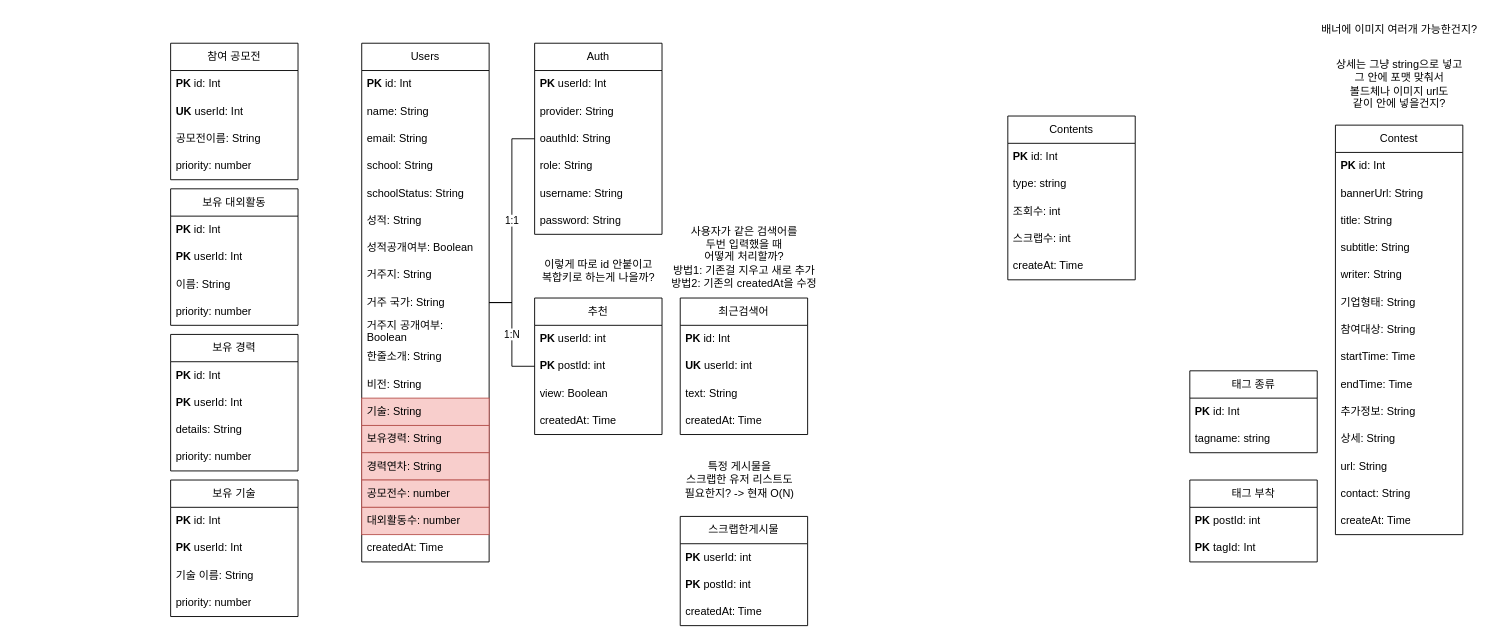
Before: 인잡.drawio in oyc0401/spring, a draw.io diagram. Source tidied: cells renumbered, new cells numbered last; positions are measured from the earlier drawing's top-left corner, leaving out a move shared by most shapes. Both pictures are drawn from the tidied source at 91%, with x=0, y=0 at pixel (170, 15).
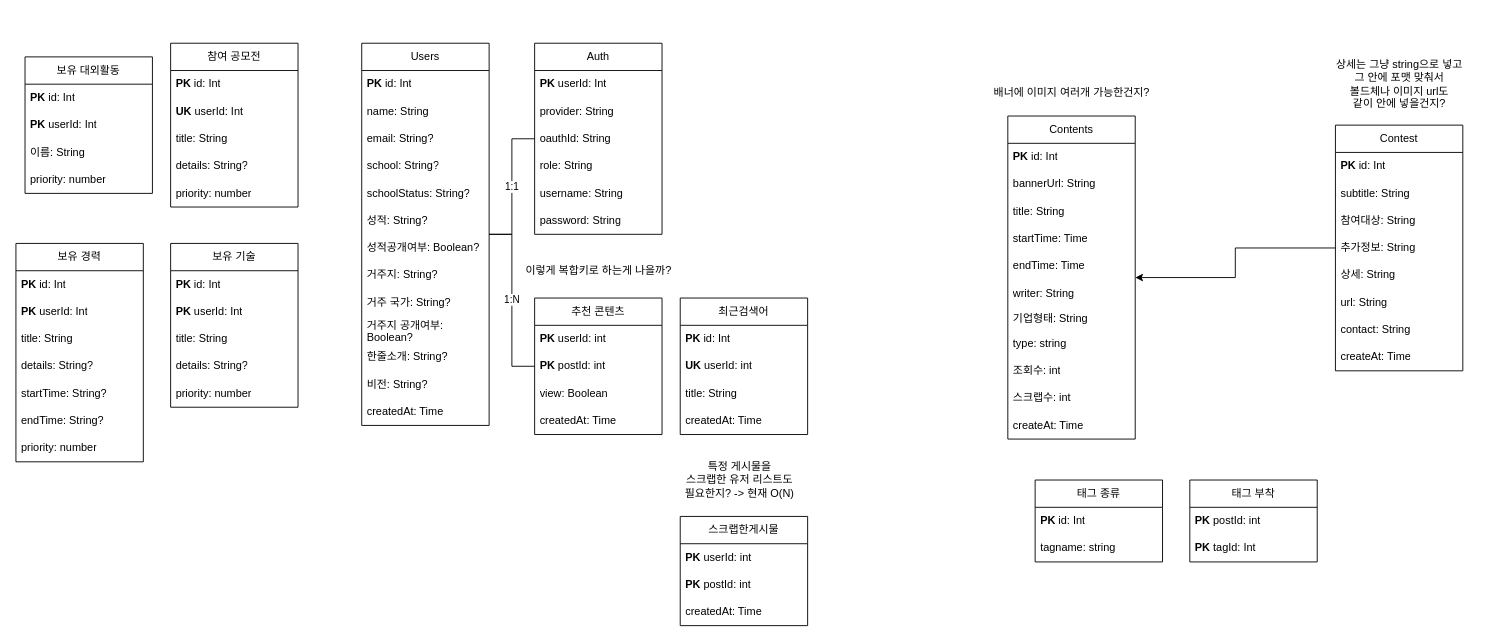
Above is the later version.

Commit message:
인잡.drawio 업데이트

The change refers to these unchanged cells:
```xml
<mxCell id="45" value="최근검색어" style="swimlane;fontStyle=0;horizontal=1;startSize=30;whiteSpace=wrap;html=1;" parent="1" vertex="1">
  <mxGeometry x="560" y="310" width="140" height="150" as="geometry" />
</mxCell>
```

What changed in the source:
```diff
@@
     <mxCell id="2" value="Users" style="swimlane;fontStyle=0;horizontal=1;startSize=30;whiteSpace=wrap;html=1;" parent="1" vertex="1">
-      <mxGeometry x="210" y="30" width="140" height="570" as="geometry" />
+      <mxGeometry x="210" y="30" width="140" height="420" as="geometry" />
     </mxCell>
@@
-    <mxCell id="5" value="email: String" style="text;strokeColor=none;fillColor=none;align=left;verticalAlign=middle;spacingLeft=4;spacingRight=4;overflow=hidden;whiteSpace=wrap;html=1;" parent="2" vertex="1">
+    <mxCell id="5" value="email: String?" style="text;strokeColor=none;fillColor=none;align=left;verticalAlign=middle;spacingLeft=4;spacingRight=4;overflow=hidden;whiteSpace=wrap;html=1;" parent="2" vertex="1">
       <mxGeometry y="90" width="140" height="30" as="geometry" />
     </mxCell>
-    <mxCell id="6" value="school: String" style="text;strokeColor=none;fillColor=none;align=left;verticalAlign=middle;spacingLeft=4;spacingRight=4;overflow=hidden;whiteSpace=wrap;html=1;" parent="2" vertex="1">
+    <mxCell id="6" value="school: String?" style="text;strokeColor=none;fillColor=none;align=left;verticalAlign=middle;spacingLeft=4;spacingRight=4;overflow=hidden;whiteSpace=wrap;html=1;" parent="2" vertex="1">
       <mxGeometry y="120" width="140" height="30" as="geometry" />
     </mxCell>
-    <mxCell id="7" value="schoolStatus: String" style="text;strokeColor=none;fillColor=none;align=left;verticalAlign=middle;spacingLeft=4;spacingRight=4;overflow=hidden;whiteSpace=wrap;html=1;" parent="2" vertex="1">
+    <mxCell id="7" value="schoolStatus: String?" style="text;strokeColor=none;fillColor=none;align=left;verticalAlign=middle;spacingLeft=4;spacingRight=4;overflow=hidden;whiteSpace=wrap;html=1;" parent="2" vertex="1">
       <mxGeometry y="150" width="140" height="30" as="geometry" />
     </mxCell>
-    <mxCell id="8" value="성적: String" style="text;strokeColor=none;fillColor=none;align=left;verticalAlign=middle;spacingLeft=4;spacingRight=4;overflow=hidden;whiteSpace=wrap;html=1;" parent="2" vertex="1">
+    <mxCell id="8" value="성적: String?" style="text;strokeColor=none;fillColor=none;align=left;verticalAlign=middle;spacingLeft=4;spacingRight=4;overflow=hidden;whiteSpace=wrap;html=1;" parent="2" vertex="1">
       <mxGeometry y="180" width="140" height="30" as="geometry" />
     </mxCell>
-    <mxCell id="9" value="성적공개여부: Boolean" style="text;strokeColor=none;fillColor=none;align=left;verticalAlign=middle;spacingLeft=4;spacingRight=4;overflow=hidden;whiteSpace=wrap;html=1;" parent="2" vertex="1">
+    <mxCell id="9" value="성적공개여부: Boolean?" style="text;strokeColor=none;fillColor=none;align=left;verticalAlign=middle;spacingLeft=4;spacingRight=4;overflow=hidden;whiteSpace=wrap;html=1;" parent="2" vertex="1">
       <mxGeometry y="210" width="140" height="30" as="geometry" />
     </mxCell>
-    <mxCell id="10" value="거주지: String" style="text;strokeColor=none;fillColor=none;align=left;verticalAlign=middle;spacingLeft=4;spacingRight=4;overflow=hidden;whiteSpace=wrap;html=1;" parent="2" vertex="1">
+    <mxCell id="10" value="거주지: String?" style="text;strokeColor=none;fillColor=none;align=left;verticalAlign=middle;spacingLeft=4;spacingRight=4;overflow=hidden;whiteSpace=wrap;html=1;" parent="2" vertex="1">
       <mxGeometry y="240" width="140" height="30" as="geometry" />
     </mxCell>
-    <mxCell id="11" value="거주 국가: String" style="text;strokeColor=none;fillColor=none;align=left;verticalAlign=middle;spacingLeft=4;spacingRight=4;overflow=hidden;whiteSpace=wrap;html=1;" parent="2" vertex="1">
+    <mxCell id="11" value="거주 국가: String?" style="text;strokeColor=none;fillColor=none;align=left;verticalAlign=middle;spacingLeft=4;spacingRight=4;overflow=hidden;whiteSpace=wrap;html=1;" parent="2" vertex="1">
       <mxGeometry y="270" width="140" height="30" as="geometry" />
     </mxCell>
-    <mxCell id="12" value="거주지 공개여부: Boolean" style="text;strokeColor=none;fillColor=none;align=left;verticalAlign=middle;spacingLeft=4;spacingRight=4;overflow=hidden;whiteSpace=wrap;html=1;" parent="2" vertex="1">
+    <mxCell id="12" value="거주지 공개여부: Boolean?" style="text;strokeColor=none;fillColor=none;align=left;verticalAlign=middle;spacingLeft=4;spacingRight=4;overflow=hidden;whiteSpace=wrap;html=1;" parent="2" vertex="1">
       <mxGeometry y="300" width="140" height="30" as="geometry" />
     </mxCell>
-    <mxCell id="13" value="한줄소개: String" style="text;strokeColor=none;fillColor=none;align=left;verticalAlign=middle;spacingLeft=4;spacingRight=4;overflow=hidden;whiteSpace=wrap;html=1;" parent="2" vertex="1">
+    <mxCell id="13" value="한줄소개: String?" style="text;strokeColor=none;fillColor=none;align=left;verticalAlign=middle;spacingLeft=4;spacingRight=4;overflow=hidden;whiteSpace=wrap;html=1;" parent="2" vertex="1">
       <mxGeometry y="330" width="140" height="30" as="geometry" />
     </mxCell>
-    <mxCell id="14" value="비전: String" style="text;strokeColor=none;fillColor=none;align=left;verticalAlign=middle;spacingLeft=4;spacingRight=4;overflow=hidden;whiteSpace=wrap;html=1;" parent="2" vertex="1">
+    <mxCell id="14" value="비전: String?" style="text;strokeColor=none;fillColor=none;align=left;verticalAlign=middle;spacingLeft=4;spacingRight=4;overflow=hidden;whiteSpace=wrap;html=1;" parent="2" vertex="1">
       <mxGeometry y="360" width="140" height="30" as="geometry" />
     </mxCell>
-    <mxCell id="15" value="기술: String" style="text;strokeColor=#b85450;fillColor=#f8cecc;align=left;verticalAlign=middle;spacingLeft=4;spacingRight=4;overflow=hidden;whiteSpace=wrap;html=1;" parent="2" vertex="1">
-      <mxGeometry y="390" width="140" height="30" as="geometry" />
-    </mxCell>
-    <mxCell id="16" value="보유경력: String" style="text;strokeColor=#b85450;fillColor=#f8cecc;align=left;verticalAlign=middle;spacingLeft=4;spacingRight=4;overflow=hidden;whiteSpace=wrap;html=1;" parent="2" vertex="1">
-      <mxGeometry y="420" width="140" height="30" as="geometry" />
-    </mxCell>
-    <mxCell id="17" value="경력연차: String" style="text;strokeColor=#b85450;fillColor=#f8cecc;align=left;verticalAlign=middle;spacingLeft=4;spacingRight=4;overflow=hidden;whiteSpace=wrap;html=1;" parent="2" vertex="1">
-      <mxGeometry y="450" width="140" height="30" as="geometry" />
-    </mxCell>
-    <mxCell id="18" value="공모전수: number" style="text;strokeColor=#b85450;fillColor=#f8cecc;align=left;verticalAlign=middle;spacingLeft=4;spacingRight=4;overflow=hidden;whiteSpace=wrap;html=1;" parent="2" vertex="1">
-      <mxGeometry y="480" width="140" height="30" as="geometry" />
-    </mxCell>
-    <mxCell id="19" value="대외활동수: number" style="text;strokeColor=#b85450;fillColor=#f8cecc;align=left;verticalAlign=middle;spacingLeft=4;spacingRight=4;overflow=hidden;whiteSpace=wrap;html=1;" parent="2" vertex="1">
-      <mxGeometry y="510" width="140" height="30" as="geometry" />
-    </mxCell>
     <mxCell id="20" value="created&lt;span style=&quot;background-color: transparent; color: light-dark(rgb(0, 0, 0), rgb(255, 255, 255));&quot;&gt;At: Time&lt;/span&gt;" style="text;strokeColor=none;fillColor=none;align=left;verticalAlign=middle;spacingLeft=4;spacingRight=4;overflow=hidden;whiteSpace=wrap;html=1;" parent="2" vertex="1">
-      <mxGeometry y="540" width="140" height="30" as="geometry" />
+      <mxGeometry y="390" width="140" height="30" as="geometry" />
     </mxCell>
@@
+    <mxCell id="96" style="edgeStyle=orthogonalEdgeStyle;rounded=0;jettySize=auto;html=1;" parent="1" edge="1" source="30" target="90">
+      <mxGeometry relative="1" as="geometry" />
+    </mxCell>
     <mxCell id="30" value="Contest" style="swimlane;fontStyle=0;horizontal=1;startSize=30;whiteSpace=wrap;html=1;" parent="1" vertex="1">
-      <mxGeometry x="1280" y="120" width="140" height="450" as="geometry" />
+      <mxGeometry x="1280" y="120" width="140" height="270" as="geometry" />
     </mxCell>
@@
-    <mxCell id="32" value="bannerUrl: String" style="text;strokeColor=none;fillColor=none;align=left;verticalAlign=middle;spacingLeft=4;spacingRight=4;overflow=hidden;whiteSpace=wrap;html=1;" parent="30" vertex="1">
-      <mxGeometry y="60" width="140" height="30" as="geometry" />
-    </mxCell>
-    <mxCell id="33" value="title: String" style="text;strokeColor=none;fillColor=none;align=left;verticalAlign=middle;spacingLeft=4;spacingRight=4;overflow=hidden;whiteSpace=wrap;html=1;" parent="30" vertex="1">
-      <mxGeometry y="90" width="140" height="30" as="geometry" />
-    </mxCell>
     <mxCell id="34" value="subtitle: String" style="text;strokeColor=none;fillColor=none;align=left;verticalAlign=middle;spacingLeft=4;spacingRight=4;overflow=hidden;whiteSpace=wrap;html=1;" parent="30" vertex="1">
-      <mxGeometry y="120" width="140" height="30" as="geometry" />
+      <mxGeometry y="60" width="140" height="30" as="geometry" />
     </mxCell>
-    <mxCell id="35" value="writer: String" style="text;strokeColor=none;fillColor=none;align=left;verticalAlign=middle;spacingLeft=4;spacingRight=4;overflow=hidden;whiteSpace=wrap;html=1;" parent="30" vertex="1">
-      <mxGeometry y="150" width="140" height="30" as="geometry" />
-    </mxCell>
-    <mxCell id="36" value="기업형태: String" style="text;strokeColor=none;fillColor=none;align=left;verticalAlign=middle;spacingLeft=4;spacingRight=4;overflow=hidden;whiteSpace=wrap;html=1;" parent="30" vertex="1">
-      <mxGeometry y="180" width="140" height="30" as="geometry" />
-    </mxCell>
     <mxCell id="37" value="참여대상: String" style="text;strokeColor=none;fillColor=none;align=left;verticalAlign=middle;spacingLeft=4;spacingRight=4;overflow=hidden;whiteSpace=wrap;html=1;" parent="30" vertex="1">
-      <mxGeometry y="210" width="140" height="30" as="geometry" />
+      <mxGeometry y="90" width="140" height="30" as="geometry" />
     </mxCell>
-    <mxCell id="38" value="startTime: Time" style="text;strokeColor=none;fillColor=none;align=left;verticalAlign=middle;spacingLeft=4;spacingRight=4;overflow=hidden;whiteSpace=wrap;html=1;" parent="30" vertex="1">
-      <mxGeometry y="240" width="140" height="30" as="geometry" />
-    </mxCell>
-    <mxCell id="39" value="endTime: Time" style="text;strokeColor=none;fillColor=none;align=left;verticalAlign=middle;spacingLeft=4;spacingRight=4;overflow=hidden;whiteSpace=wrap;html=1;" parent="30" vertex="1">
-      <mxGeometry y="270" width="140" height="30" as="geometry" />
-    </mxCell>
     <mxCell id="40" value="추가정보: String" style="text;strokeColor=none;fillColor=none;align=left;verticalAlign=middle;spacingLeft=4;spacingRight=4;overflow=hidden;whiteSpace=wrap;html=1;" parent="30" vertex="1">
-      <mxGeometry y="300" width="140" height="30" as="geometry" />
+      <mxGeometry y="120" width="140" height="30" as="geometry" />
     </mxCell>
     <mxCell id="41" value="상세: String" style="text;strokeColor=none;fillColor=none;align=left;verticalAlign=middle;spacingLeft=4;spacingRight=4;overflow=hidden;whiteSpace=wrap;html=1;" parent="30" vertex="1">
-      <mxGeometry y="330" width="140" height="30" as="geometry" />
+      <mxGeometry y="150" width="140" height="30" as="geometry" />
     </mxCell>
     <mxCell id="42" value="url: String" style="text;strokeColor=none;fillColor=none;align=left;verticalAlign=middle;spacingLeft=4;spacingRight=4;overflow=hidden;whiteSpace=wrap;html=1;" parent="30" vertex="1">
-      <mxGeometry y="360" width="140" height="30" as="geometry" />
+      <mxGeometry y="180" width="140" height="30" as="geometry" />
     </mxCell>
     <mxCell id="43" value="contact: String" style="text;strokeColor=none;fillColor=none;align=left;verticalAlign=middle;spacingLeft=4;spacingRight=4;overflow=hidden;whiteSpace=wrap;html=1;" parent="30" vertex="1">
-      <mxGeometry y="390" width="140" height="30" as="geometry" />
+      <mxGeometry y="210" width="140" height="30" as="geometry" />
     </mxCell>
     <mxCell id="44" value="createAt: Time" style="text;strokeColor=none;fillColor=none;align=left;verticalAlign=middle;spacingLeft=4;spacingRight=4;overflow=hidden;whiteSpace=wrap;html=1;" parent="30" vertex="1">
-      <mxGeometry y="420" width="140" height="30" as="geometry" />
+      <mxGeometry y="240" width="140" height="30" as="geometry" />
     </mxCell>
@@
-    <mxCell id="48" value="text: String" style="text;strokeColor=none;fillColor=none;align=left;verticalAlign=middle;spacingLeft=4;spacingRight=4;overflow=hidden;whiteSpace=wrap;html=1;" parent="45" vertex="1">
+    <mxCell id="48" value="title: String" style="text;strokeColor=none;fillColor=none;align=left;verticalAlign=middle;spacingLeft=4;spacingRight=4;overflow=hidden;whiteSpace=wrap;html=1;" parent="45" vertex="1">
       <mxGeometry y="90" width="140" height="30" as="geometry" />
     </mxCell>
@@
-    <mxCell id="50" value="추천" style="swimlane;fontStyle=0;horizontal=1;startSize=30;whiteSpace=wrap;html=1;" parent="1" vertex="1">
+    <mxCell id="50" value="추천 콘텐츠" style="swimlane;fontStyle=0;horizontal=1;startSize=30;whiteSpace=wrap;html=1;" parent="1" vertex="1">
       <mxGeometry x="400" y="310" width="140" height="150" as="geometry" />
     </mxCell>
@@
-    <mxCell id="60" value="사용자가 같은 검색어를&lt;br&gt;두번 입력했을 때&lt;br&gt;어떻게 처리할까?&lt;br&gt;방법1: 기존걸 지우고 새로 추가&lt;br&gt;방법2: 기존의 createdAt을 수정" style="text;html=1;align=center;verticalAlign=middle;strokeColor=none;fillColor=none;" parent="1" vertex="1">
-      <mxGeometry x="540" y="220" width="180" height="90" as="geometry" />
-    </mxCell>
     <mxCell id="61" value="태그 종류" style="swimlane;fontStyle=0;horizontal=1;startSize=30;whiteSpace=wrap;html=1;" parent="1" vertex="1">
-      <mxGeometry x="1120" y="390" width="140" height="90" as="geometry" />
+      <mxGeometry x="950" y="510" width="140" height="90" as="geometry" />
     </mxCell>
@@
-    <mxCell id="67" value="이렇게 따로 id 안붙이고&lt;br&gt;복합키로 하는게 나을까?" style="text;html=1;align=center;verticalAlign=middle;strokeColor=none;fillColor=none;" parent="1" vertex="1">
-      <mxGeometry x="400" y="260" width="140" height="40" as="geometry" />
+    <mxCell id="67" value="이렇게 복합키로 하는게 나을까?" style="text;html=1;align=center;verticalAlign=middle;strokeColor=none;fillColor=none;" parent="1" vertex="1">
+      <mxGeometry x="380" y="265" width="180" height="30" as="geometry" />
     </mxCell>
     <mxCell id="68" value="배너에 이미지 여러개 가능한건지?" style="text;html=1;align=center;verticalAlign=middle;strokeColor=none;fillColor=none;" parent="1" vertex="1">
-      <mxGeometry x="1255" width="190" height="30" as="geometry" />
+      <mxGeometry x="895" y="70" width="190" height="30" as="geometry" />
     </mxCell>
@@
     <mxCell id="70" value="참여 공모전" style="swimlane;fontStyle=0;horizontal=1;startSize=30;whiteSpace=wrap;html=1;" parent="1" vertex="1">
-      <mxGeometry y="30" width="140" height="150" as="geometry" />
+      <mxGeometry y="30" width="140" height="180" as="geometry" />
     </mxCell>
@@
-    <mxCell id="73" value="공모전이름: String" style="text;strokeColor=none;fillColor=none;align=left;verticalAlign=middle;spacingLeft=4;spacingRight=4;overflow=hidden;whiteSpace=wrap;html=1;" parent="70" vertex="1">
+    <mxCell id="73" value="title: String" style="text;strokeColor=none;fillColor=none;align=left;verticalAlign=middle;spacingLeft=4;spacingRight=4;overflow=hidden;whiteSpace=wrap;html=1;" parent="70" vertex="1">
       <mxGeometry y="90" width="140" height="30" as="geometry" />
     </mxCell>
+    <mxCell id="97" value="details: String?" style="text;strokeColor=none;fillColor=none;align=left;verticalAlign=middle;spacingLeft=4;spacingRight=4;overflow=hidden;whiteSpace=wrap;html=1;" parent="70" vertex="1">
+      <mxGeometry y="120" width="140" height="30" as="geometry" />
+    </mxCell>
     <mxCell id="74" value="priority: number" style="text;strokeColor=none;fillColor=none;align=left;verticalAlign=middle;spacingLeft=4;spacingRight=4;overflow=hidden;whiteSpace=wrap;html=1;" parent="70" vertex="1">
-      <mxGeometry y="120" width="140" height="30" as="geometry" />
+      <mxGeometry y="150" width="140" height="30" as="geometry" />
     </mxCell>
     <mxCell id="75" value="보유 대외활동" style="swimlane;fontStyle=0;horizontal=1;startSize=30;whiteSpace=wrap;html=1;" parent="1" vertex="1">
-      <mxGeometry y="190" width="140" height="150" as="geometry" />
+      <mxGeometry x="-160" y="45" width="140" height="150" as="geometry" />
     </mxCell>
@@
     <mxCell id="80" value="보유 경력" style="swimlane;fontStyle=0;horizontal=1;startSize=30;whiteSpace=wrap;html=1;" parent="1" vertex="1">
-      <mxGeometry y="350" width="140" height="150" as="geometry" />
+      <mxGeometry x="-170" y="250" width="140" height="240" as="geometry" />
     </mxCell>
@@
+    <mxCell id="98" value="title: String" style="text;strokeColor=none;fillColor=none;align=left;verticalAlign=middle;spacingLeft=4;spacingRight=4;overflow=hidden;whiteSpace=wrap;html=1;" parent="80" vertex="1">
+      <mxGeometry y="90" width="140" height="30" as="geometry" />
+    </mxCell>
-    <mxCell id="83" value="details: String" style="text;strokeColor=none;fillColor=none;align=left;verticalAlign=middle;spacingLeft=4;spacingRight=4;overflow=hidden;whiteSpace=wrap;html=1;" parent="80" vertex="1">
-      <mxGeometry y="90" width="140" height="30" as="geometry" />
+    <mxCell id="83" value="details: String?" style="text;strokeColor=none;fillColor=none;align=left;verticalAlign=middle;spacingLeft=4;spacingRight=4;overflow=hidden;whiteSpace=wrap;html=1;" parent="80" vertex="1">
+      <mxGeometry y="120" width="140" height="30" as="geometry" />
     </mxCell>
+    <mxCell id="99" value="startTime: String?" style="text;strokeColor=none;fillColor=none;align=left;verticalAlign=middle;spacingLeft=4;spacingRight=4;overflow=hidden;whiteSpace=wrap;html=1;" parent="80" vertex="1">
+      <mxGeometry y="150" width="140" height="30" as="geometry" />
+    </mxCell>
+    <mxCell id="100" value="endTime: String?" style="text;strokeColor=none;fillColor=none;align=left;verticalAlign=middle;spacingLeft=4;spacingRight=4;overflow=hidden;whiteSpace=wrap;html=1;" parent="80" vertex="1">
+      <mxGeometry y="180" width="140" height="30" as="geometry" />
+    </mxCell>
     <mxCell id="84" value="priority: number" style="text;strokeColor=none;fillColor=none;align=left;verticalAlign=middle;spacingLeft=4;spacingRight=4;overflow=hidden;whiteSpace=wrap;html=1;" parent="80" vertex="1">
-      <mxGeometry y="120" width="140" height="30" as="geometry" />
+      <mxGeometry y="210" width="140" height="30" as="geometry" />
     </mxCell>
     <mxCell id="85" value="보유 기술" style="swimlane;fontStyle=0;horizontal=1;startSize=30;whiteSpace=wrap;html=1;" parent="1" vertex="1">
-      <mxGeometry y="510" width="140" height="150" as="geometry" />
+      <mxGeometry y="250" width="140" height="180" as="geometry" />
     </mxCell>
@@
-    <mxCell id="88" value="기술 이름: String" style="text;strokeColor=none;fillColor=none;align=left;verticalAlign=middle;spacingLeft=4;spacingRight=4;overflow=hidden;whiteSpace=wrap;html=1;" parent="85" vertex="1">
+    <mxCell id="88" value="title: String" style="text;strokeColor=none;fillColor=none;align=left;verticalAlign=middle;spacingLeft=4;spacingRight=4;overflow=hidden;whiteSpace=wrap;html=1;" parent="85" vertex="1">
       <mxGeometry y="90" width="140" height="30" as="geometry" />
     </mxCell>
+    <mxCell id="101" value="details: String?" style="text;strokeColor=none;fillColor=none;align=left;verticalAlign=middle;spacingLeft=4;spacingRight=4;overflow=hidden;whiteSpace=wrap;html=1;" parent="85" vertex="1">
+      <mxGeometry y="120" width="140" height="30" as="geometry" />
+    </mxCell>
     <mxCell id="89" value="priority: number" style="text;strokeColor=none;fillColor=none;align=left;verticalAlign=middle;spacingLeft=4;spacingRight=4;overflow=hidden;whiteSpace=wrap;html=1;" parent="85" vertex="1">
-      <mxGeometry y="120" width="140" height="30" as="geometry" />
+      <mxGeometry y="150" width="140" height="30" as="geometry" />
     </mxCell>
     <mxCell id="90" value="Contents" style="swimlane;fontStyle=0;horizontal=1;startSize=30;whiteSpace=wrap;html=1;" parent="1" vertex="1">
-      <mxGeometry x="920" y="110" width="140" height="180" as="geometry" />
+      <mxGeometry x="920" y="110" width="140" height="355" as="geometry" />
     </mxCell>
@@
+    <mxCell id="32" value="bannerUrl: String" style="text;strokeColor=none;fillColor=none;align=left;verticalAlign=middle;spacingLeft=4;spacingRight=4;overflow=hidden;whiteSpace=wrap;html=1;" parent="90" vertex="1">
+      <mxGeometry y="60" width="140" height="30" as="geometry" />
+    </mxCell>
+    <mxCell id="33" value="title: String" style="text;strokeColor=none;fillColor=none;align=left;verticalAlign=middle;spacingLeft=4;spacingRight=4;overflow=hidden;whiteSpace=wrap;html=1;" parent="90" vertex="1">
+      <mxGeometry y="90" width="140" height="30" as="geometry" />
+    </mxCell>
+    <mxCell id="38" value="startTime: Time" style="text;strokeColor=none;fillColor=none;align=left;verticalAlign=middle;spacingLeft=4;spacingRight=4;overflow=hidden;whiteSpace=wrap;html=1;" parent="90" vertex="1">
+      <mxGeometry y="120" width="140" height="30" as="geometry" />
+    </mxCell>
+    <mxCell id="39" value="endTime: Time" style="text;strokeColor=none;fillColor=none;align=left;verticalAlign=middle;spacingLeft=4;spacingRight=4;overflow=hidden;whiteSpace=wrap;html=1;" parent="90" vertex="1">
+      <mxGeometry y="150" width="140" height="30" as="geometry" />
+    </mxCell>
+    <mxCell id="35" value="writer: String" style="text;strokeColor=none;fillColor=none;align=left;verticalAlign=middle;spacingLeft=4;spacingRight=4;overflow=hidden;whiteSpace=wrap;html=1;" parent="90" vertex="1">
+      <mxGeometry y="180" width="140" height="30" as="geometry" />
+    </mxCell>
+    <mxCell id="36" value="기업형태: String" style="text;strokeColor=none;fillColor=none;align=left;verticalAlign=middle;spacingLeft=4;spacingRight=4;overflow=hidden;whiteSpace=wrap;html=1;" parent="90" vertex="1">
+      <mxGeometry y="210" width="140" height="25" as="geometry" />
+    </mxCell>
     <mxCell id="92" value="type: string" style="text;strokeColor=none;fillColor=none;align=left;verticalAlign=middle;spacingLeft=4;spacingRight=4;overflow=hidden;whiteSpace=wrap;html=1;" parent="90" vertex="1">
-      <mxGeometry y="60" width="140" height="30" as="geometry" />
+      <mxGeometry y="235" width="140" height="30" as="geometry" />
     </mxCell>
     <mxCell id="93" value="조회수: int" style="text;strokeColor=none;fillColor=none;align=left;verticalAlign=middle;spacingLeft=4;spacingRight=4;overflow=hidden;whiteSpace=wrap;html=1;" parent="90" vertex="1">
-      <mxGeometry y="90" width="140" height="30" as="geometry" />
+      <mxGeometry y="265" width="140" height="30" as="geometry" />
     </mxCell>
     <mxCell id="94" value="스크랩수: int" style="text;strokeColor=none;fillColor=none;align=left;verticalAlign=middle;spacingLeft=4;spacingRight=4;overflow=hidden;whiteSpace=wrap;html=1;" parent="90" vertex="1">
-      <mxGeometry y="120" width="140" height="30" as="geometry" />
+      <mxGeometry y="295" width="140" height="30" as="geometry" />
     </mxCell>
     <mxCell id="95" value="createAt: Time" style="text;strokeColor=none;fillColor=none;align=left;verticalAlign=middle;spacingLeft=4;spacingRight=4;overflow=hidden;whiteSpace=wrap;html=1;" parent="90" vertex="1">
-      <mxGeometry y="150" width="140" height="30" as="geometry" />
+      <mxGeometry y="325" width="140" height="30" as="geometry" />
     </mxCell>
```
